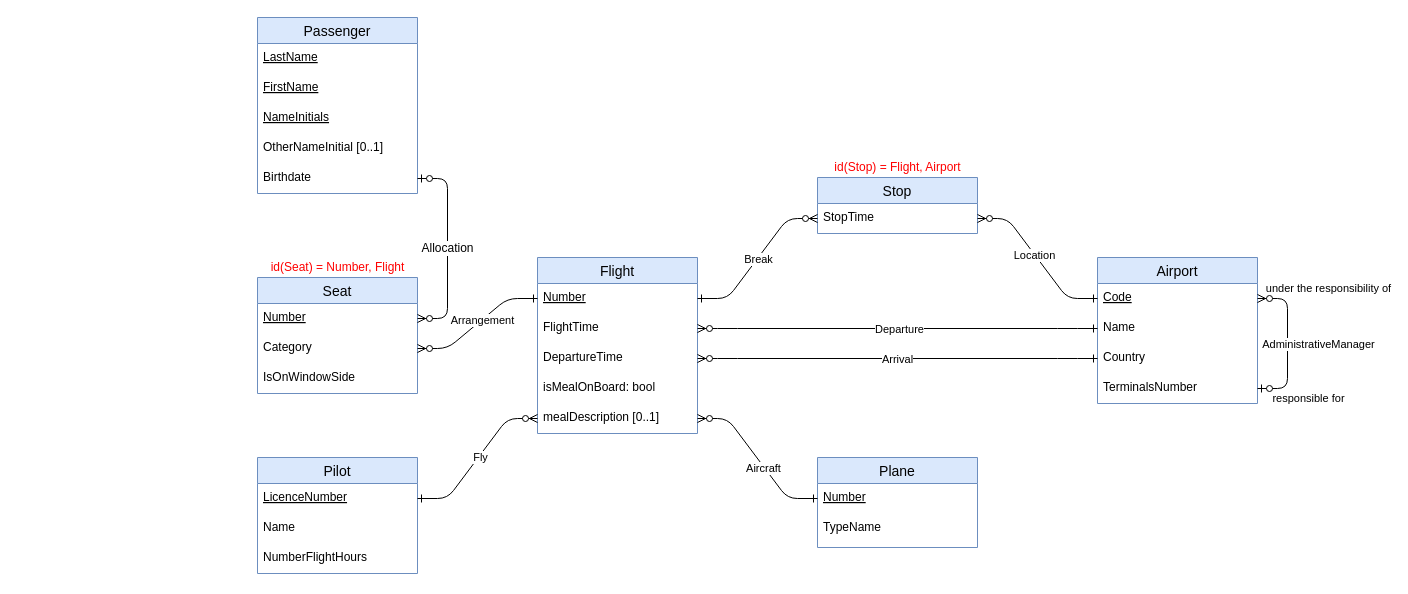
pauline-lr/Flight-manager keeps this draw.io diagram as page "Schéma EA" (1 of 2) of schéma conceptuel .drawio. Above is the earlier version. Source tidied: cells renumbered, new cells numbered last; positions are measured from the earlier drawing's top-left corner, leaving out a move shared by most shapes. Both pictures are drawn from the tidied source at 100%, with x=0, y=0 at pixel (257, 17).
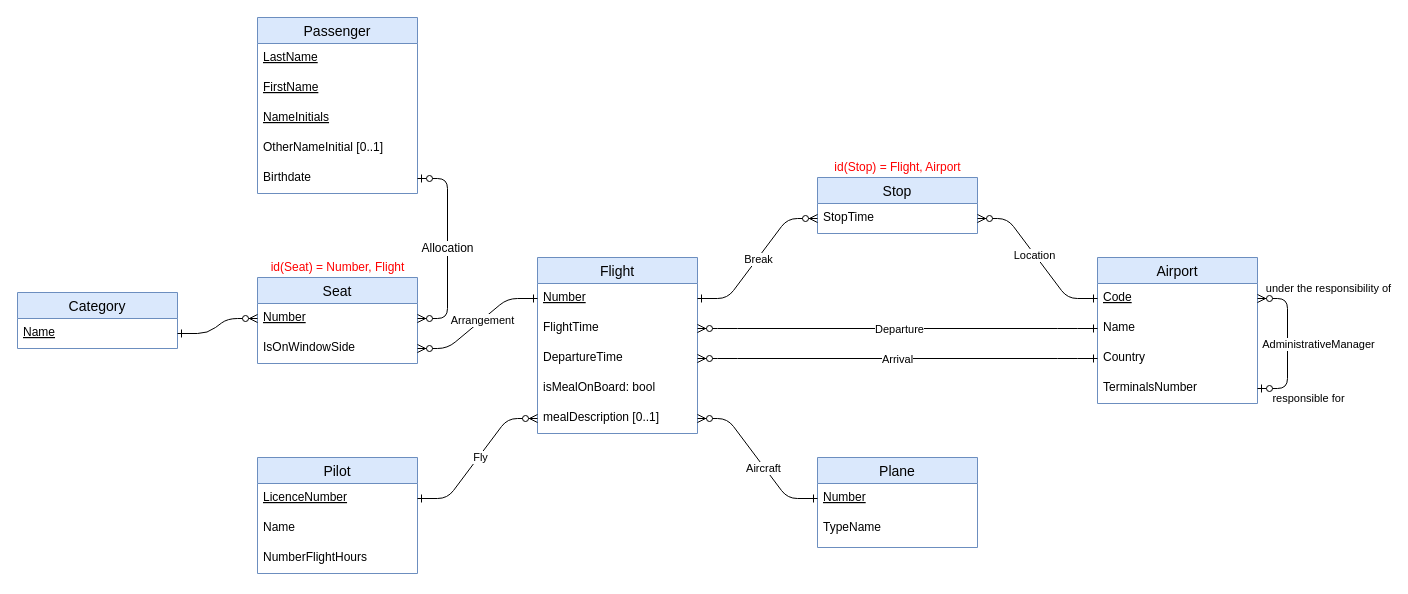
Above is the later version.

The change refers to these unchanged cells:
```xml
<mxCell id="3" value="Number" style="text;strokeColor=none;fillColor=none;spacingLeft=4;spacingRight=4;overflow=hidden;points=[[0,0.5],[1,0.5]];portConstraint=eastwest;fontSize=12;fontStyle=4;" parent="2" vertex="1">
  <mxGeometry y="26" width="160" height="30" as="geometry" />
</mxCell>
<mxCell id="7" value="Number" style="text;strokeColor=none;fillColor=none;spacingLeft=4;spacingRight=4;overflow=hidden;points=[[0,0.5],[1,0.5]];portConstraint=eastwest;fontSize=12;fontStyle=4;" parent="6" vertex="1">
  <mxGeometry y="26" width="160" height="30" as="geometry" />
</mxCell>
```

Diff of the diagram source:
```diff
@@
     <mxCell id="2" value="Seat" style="swimlane;fontStyle=0;horizontal=1;startSize=26;align=center;fontSize=14;fillColor=#dae8fc;strokeColor=#6c8ebf;" parent="1" vertex="1">
-      <mxGeometry y="260" width="160" height="116" as="geometry" />
+      <mxGeometry y="260" width="160" height="86" as="geometry" />
     </mxCell>
@@
-    <mxCell id="4" value="Category" style="text;strokeColor=none;fillColor=none;spacingLeft=4;spacingRight=4;overflow=hidden;points=[[0,0.5],[1,0.5]];portConstraint=eastwest;fontSize=12;" parent="2" vertex="1">
-      <mxGeometry y="56" width="160" height="30" as="geometry" />
-    </mxCell>
     <mxCell id="5" value="IsOnWindowSide" style="text;strokeColor=none;fillColor=none;spacingLeft=4;spacingRight=4;overflow=hidden;points=[[0,0.5],[1,0.5]];portConstraint=eastwest;fontSize=12;" parent="2" vertex="1">
-      <mxGeometry y="86" width="160" height="30" as="geometry" />
+      <mxGeometry y="56" width="160" height="30" as="geometry" />
     </mxCell>
@@
-    <mxCell id="34" style="edgeStyle=entityRelationEdgeStyle;fontSize=12;html=1;endArrow=ERzeroToMany;endFill=1;startArrow=ERone;startFill=0;" parent="1" edge="1" source="7" target="4">
+    <mxCell id="34" style="edgeStyle=entityRelationEdgeStyle;fontSize=12;html=1;endArrow=ERzeroToMany;endFill=1;startArrow=ERone;startFill=0;" parent="1" edge="1" source="7" target="5">
       <mxGeometry relative="1" as="geometry" />
     </mxCell>
@@
+    <mxCell id="4" value="Category" style="swimlane;fontStyle=0;horizontal=1;startSize=26;align=center;fontSize=14;fillColor=#dae8fc;strokeColor=#6c8ebf;" parent="1" vertex="1">
+      <mxGeometry x="-240" y="275" width="160" height="56" as="geometry" />
+    </mxCell>
+    <mxCell id="53" value="Name" style="text;strokeColor=none;fillColor=none;spacingLeft=4;spacingRight=4;overflow=hidden;points=[[0,0.5],[1,0.5]];portConstraint=eastwest;fontSize=12;fontStyle=4;" parent="4" vertex="1">
+      <mxGeometry y="26" width="160" height="30" as="geometry" />
+    </mxCell>
+    <mxCell id="54" style="edgeStyle=entityRelationEdgeStyle;fontSize=12;html=1;endArrow=ERzeroToMany;endFill=1;exitX=1;exitY=0.5;exitDx=0;exitDy=0;entryX=0;entryY=0.5;entryDx=0;entryDy=0;startArrow=ERone;startFill=0;" parent="1" edge="1" source="53" target="3">
+      <mxGeometry relative="1" as="geometry" />
+    </mxCell>
```
